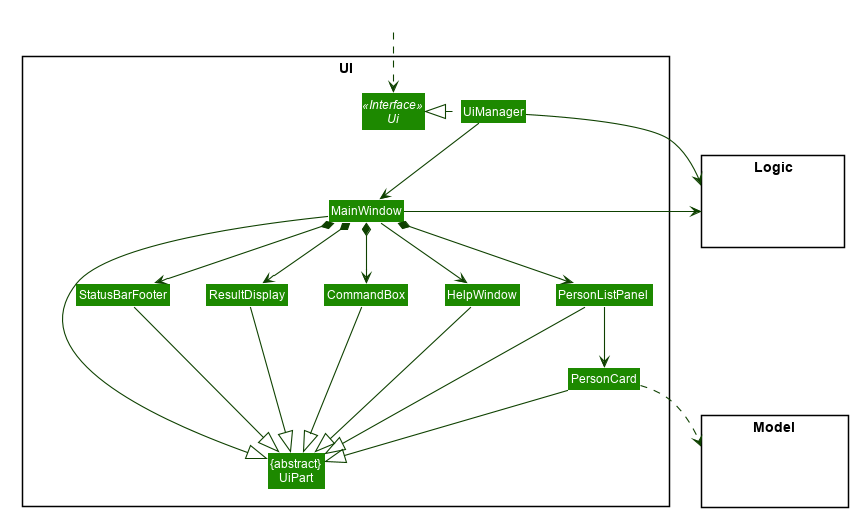
Above: docs/images/UiClassDiagram.png in nus-cs2103-AY2021S2/tp (PlantUML), before the change.
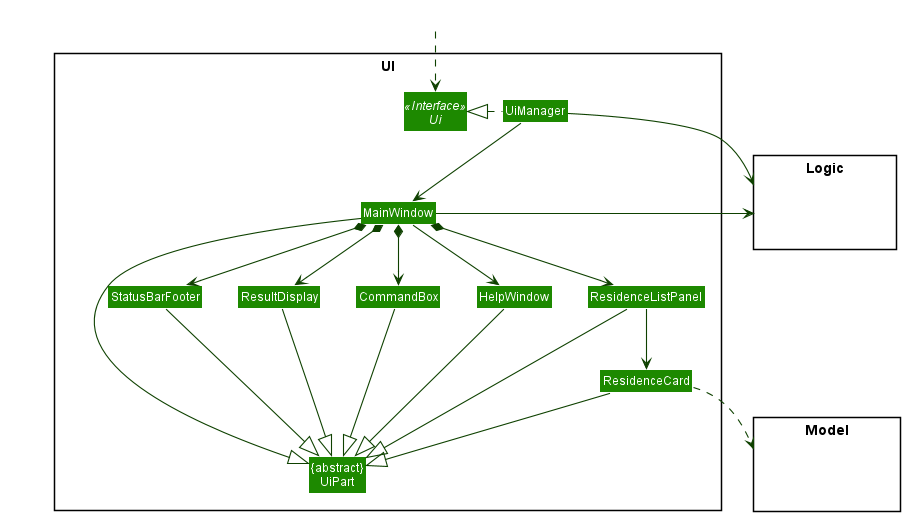
Above is the later version.

Diff of the diagram source:
```diff
@@ -1,55 +1,8 @@
 @startuml
-
-
-
-
-
-
-
-
-skinparam BackgroundColor #FFFFFFF
-
-skinparam Shadowing false
-
-skinparam Class {
-    FontColor #FFFFFF
-    BorderThickness 1
-    BorderColor #FFFFFF
-    StereotypeFontColor #FFFFFF
-    FontName Arial
-}
-
-skinparam Actor {
-    BorderColor #000000
-    Color #000000
-    FontName Arial
-}
-
-skinparam Sequence {
-    MessageAlign center
-    BoxFontSize 15
-    BoxPadding 0
-    BoxFontColor #FFFFFF
-    FontName Arial
-}
-
-skinparam Participant {
-    FontColor #FFFFFFF
-    Padding 20
-}
-
-skinparam MinClassWidth 50
-skinparam ParticipantPadding 10
-skinparam Shadowing false
-skinparam DefaultTextAlignment center
-skinparam packageStyle Rectangle
-
-hide footbox
-hide members
-hide circle
+!include style.puml
 skinparam arrowThickness 1.1
-skinparam arrowColor #0E4100
-skinparam classBackgroundColor #1D8900
+skinparam arrowColor UI_COLOR_T4
+skinparam classBackgroundColor UI_COLOR
 
 package UI <<Rectangle>>{
 Interface Ui <<Interface>>
@@ -58,8 +11,8 @@
 Class MainWindow
 Class HelpWindow
 Class ResultDisplay
-Class PersonListPanel
-Class PersonCard
+Class ResidenceListPanel
+Class ResidenceCard
 Class StatusBarFooter
 Class CommandBox
 }
@@ -80,25 +33,25 @@
 MainWindow --> HelpWindow
 MainWindow *-down-> CommandBox
 MainWindow *-down-> ResultDisplay
-MainWindow *-down-> PersonListPanel
+MainWindow *-down-> ResidenceListPanel
 MainWindow *-down-> StatusBarFooter
 
-PersonListPanel -down-> PersonCard
+ResidenceListPanel -down-> ResidenceCard
 
 MainWindow -left-|> UiPart
 
 ResultDisplay --|> UiPart
 CommandBox --|> UiPart
-PersonListPanel --|> UiPart
-PersonCard --|> UiPart
+ResidenceListPanel --|> UiPart
+ResidenceCard --|> UiPart
 StatusBarFooter --|> UiPart
 HelpWindow -down-|> UiPart
 
-PersonCard ..> Model
+ResidenceCard ..> Model
 UiManager -right-> Logic
 MainWindow -left-> Logic
 
-PersonListPanel -[hidden]left- HelpWindow
+ResidenceListPanel -[hidden]left- HelpWindow
 HelpWindow -[hidden]left- CommandBox
 CommandBox -[hidden]left- ResultDisplay
 ResultDisplay -[hidden]left- StatusBarFooter
```
